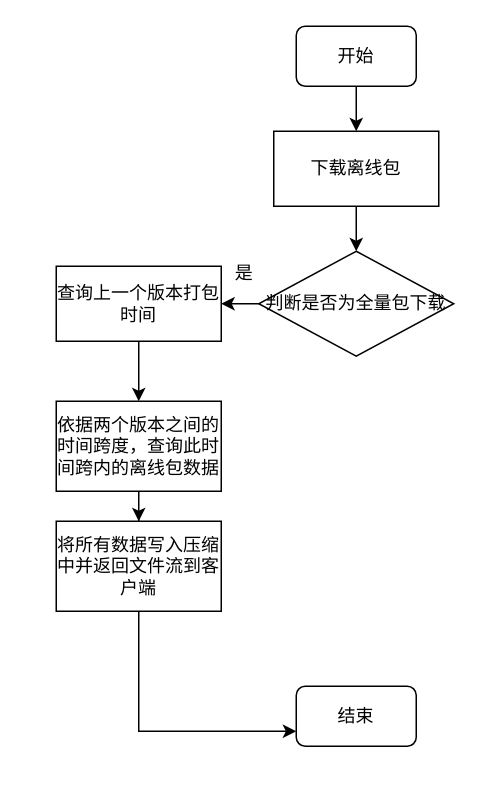
Earlier version of the draw.io diagram 单机离线包.drawio (DemonHan/KuickBuy). Source tidied: cells renumbered, new cells numbered last; positions are measured from the earlier drawing's top-left corner, leaving out a move shared by most shapes. Both pictures are drawn from the tidied source at 150%, with x=0, y=0 at pixel (56, 26).
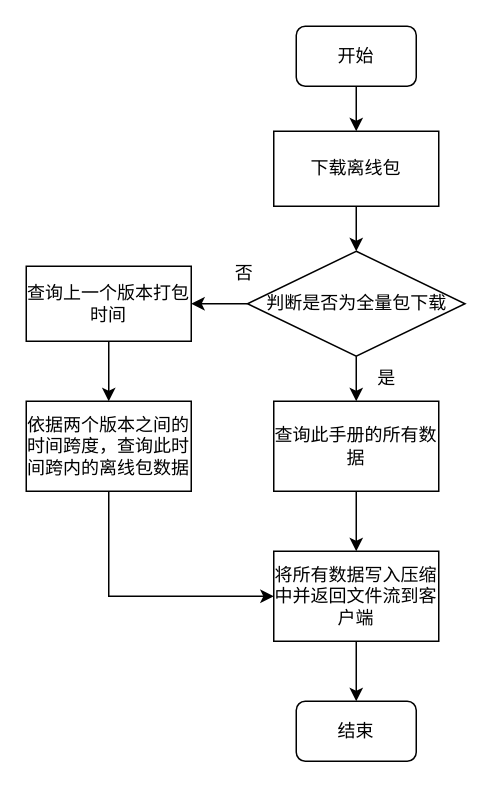
After the change.

Commit message (it also covers changes not shown here):
更新单机离线包.drawio

Diff of the diagram source:
```diff
@@
 <mxGraphModel>
   <root>
     <mxCell id="0" />
     <mxCell id="1" parent="0" />
     <mxCell id="2" style="edgeStyle=orthogonalEdgeStyle;rounded=0;jettySize=auto;html=1;" parent="1" edge="1" source="3" target="7">
       <mxGeometry relative="1" as="geometry" />
     </mxCell>
     <mxCell id="3" value="下载离线包" style="rounded=0;whiteSpace=wrap;html=1;" parent="1" vertex="1">
       <mxGeometry x="145" y="70" width="110" height="50" as="geometry" />
     </mxCell>
     <mxCell id="4" style="edgeStyle=orthogonalEdgeStyle;rounded=0;jettySize=auto;html=1;entryX=0.5;entryY=0;entryDx=0;entryDy=0;" parent="1" edge="1" source="5" target="3">
       <mxGeometry relative="1" as="geometry" />
     </mxCell>
     <mxCell id="5" value="开始" style="rounded=1;whiteSpace=wrap;html=1;" parent="1" vertex="1">
       <mxGeometry x="160" width="80" height="40" as="geometry" />
     </mxCell>
     <mxCell id="6" style="edgeStyle=orthogonalEdgeStyle;rounded=0;jettySize=auto;html=1;entryX=1;entryY=0.5;entryDx=0;entryDy=0;" parent="1" edge="1" source="7" target="9">
       <mxGeometry relative="1" as="geometry" />
     </mxCell>
+    <mxCell id="16" style="edgeStyle=orthogonalEdgeStyle;rounded=0;jettySize=auto;html=1;entryX=0.5;entryY=0;entryDx=0;entryDy=0;" parent="1" edge="1" source="7" target="18">
+      <mxGeometry relative="1" as="geometry" />
+    </mxCell>
     <mxCell id="7" value="判断是否为全量包下载" style="rhombus;whiteSpace=wrap;html=1;" parent="1" vertex="1">
-      <mxGeometry x="135" y="150" width="130" height="70" as="geometry" />
+      <mxGeometry x="127.5" y="150" width="145" height="70" as="geometry" />
     </mxCell>
     <mxCell id="8" style="edgeStyle=orthogonalEdgeStyle;rounded=0;jettySize=auto;html=1;entryX=0.5;entryY=0;entryDx=0;entryDy=0;" parent="1" edge="1" source="9" target="12">
       <mxGeometry relative="1" as="geometry" />
     </mxCell>
     <mxCell id="9" value="查询上一个版本打包时间" style="rounded=0;whiteSpace=wrap;html=1;" parent="1" vertex="1">
-      <mxGeometry y="160" width="110" height="50" as="geometry" />
+      <mxGeometry x="-20" y="160" width="110" height="50" as="geometry" />
     </mxCell>
-    <mxCell id="10" value="是" style="text;html=1;align=center;verticalAlign=middle;strokeColor=none;fillColor=none;" parent="1" vertex="1">
+    <mxCell id="10" value="否" style="text;html=1;align=center;verticalAlign=middle;strokeColor=none;fillColor=none;" parent="1" vertex="1">
       <mxGeometry x="105" y="150" width="40" height="30" as="geometry" />
     </mxCell>
-    <mxCell id="11" style="edgeStyle=orthogonalEdgeStyle;rounded=0;jettySize=auto;html=1;entryX=0.5;entryY=0;entryDx=0;entryDy=0;" parent="1" edge="1" source="12" target="14">
+    <mxCell id="11" style="edgeStyle=orthogonalEdgeStyle;rounded=0;jettySize=auto;html=1;entryX=0;entryY=0.5;entryDx=0;entryDy=0;exitX=0.5;exitY=1;exitDx=0;exitDy=0;" parent="1" edge="1" source="12" target="14">
       <mxGeometry relative="1" as="geometry" />
     </mxCell>
     <mxCell id="12" value="依据两个版本之间的时间跨度，查询此时间跨内的离线包数据" style="rounded=0;whiteSpace=wrap;html=1;" parent="1" vertex="1">
-      <mxGeometry y="250" width="110" height="60" as="geometry" />
+      <mxGeometry x="-20" y="250" width="110" height="60" as="geometry" />
     </mxCell>
-    <mxCell id="13" style="edgeStyle=orthogonalEdgeStyle;rounded=0;jettySize=auto;html=1;entryX=0;entryY=0.75;entryDx=0;entryDy=0;" parent="1" edge="1" source="14" target="15">
-      <mxGeometry relative="1" as="geometry">
-        <Array as="points">
-          <mxPoint x="55" y="470" />
-        </Array>
-      </mxGeometry>
+    <mxCell id="13" style="edgeStyle=orthogonalEdgeStyle;rounded=0;jettySize=auto;html=1;entryX=0.5;entryY=0;entryDx=0;entryDy=0;" parent="1" edge="1" source="14" target="15">
+      <mxGeometry relative="1" as="geometry" />
     </mxCell>
     <mxCell id="14" value="将所有数据写入压缩中并返回文件流到客户端" style="rounded=0;whiteSpace=wrap;html=1;" parent="1" vertex="1">
-      <mxGeometry y="330" width="110" height="60" as="geometry" />
+      <mxGeometry x="145" y="350" width="110" height="60" as="geometry" />
     </mxCell>
     <mxCell id="15" value="结束" style="rounded=1;whiteSpace=wrap;html=1;" parent="1" vertex="1">
-      <mxGeometry x="160" y="440" width="80" height="40" as="geometry" />
+      <mxGeometry x="160" y="450" width="80" height="40" as="geometry" />
     </mxCell>
+    <mxCell id="17" style="edgeStyle=orthogonalEdgeStyle;rounded=0;jettySize=auto;html=1;entryX=0.5;entryY=0;entryDx=0;entryDy=0;" parent="1" edge="1" source="18" target="14">
+      <mxGeometry relative="1" as="geometry" />
+    </mxCell>
+    <mxCell id="18" value="查询此手册的所有数据" style="rounded=0;whiteSpace=wrap;html=1;" parent="1" vertex="1">
+      <mxGeometry x="145" y="250" width="110" height="60" as="geometry" />
+    </mxCell>
+    <mxCell id="19" value="是" style="text;html=1;align=center;verticalAlign=middle;strokeColor=none;fillColor=none;" parent="1" vertex="1">
+      <mxGeometry x="200" y="220" width="40" height="30" as="geometry" />
+    </mxCell>
   </root>
 </mxGraphModel>
```
